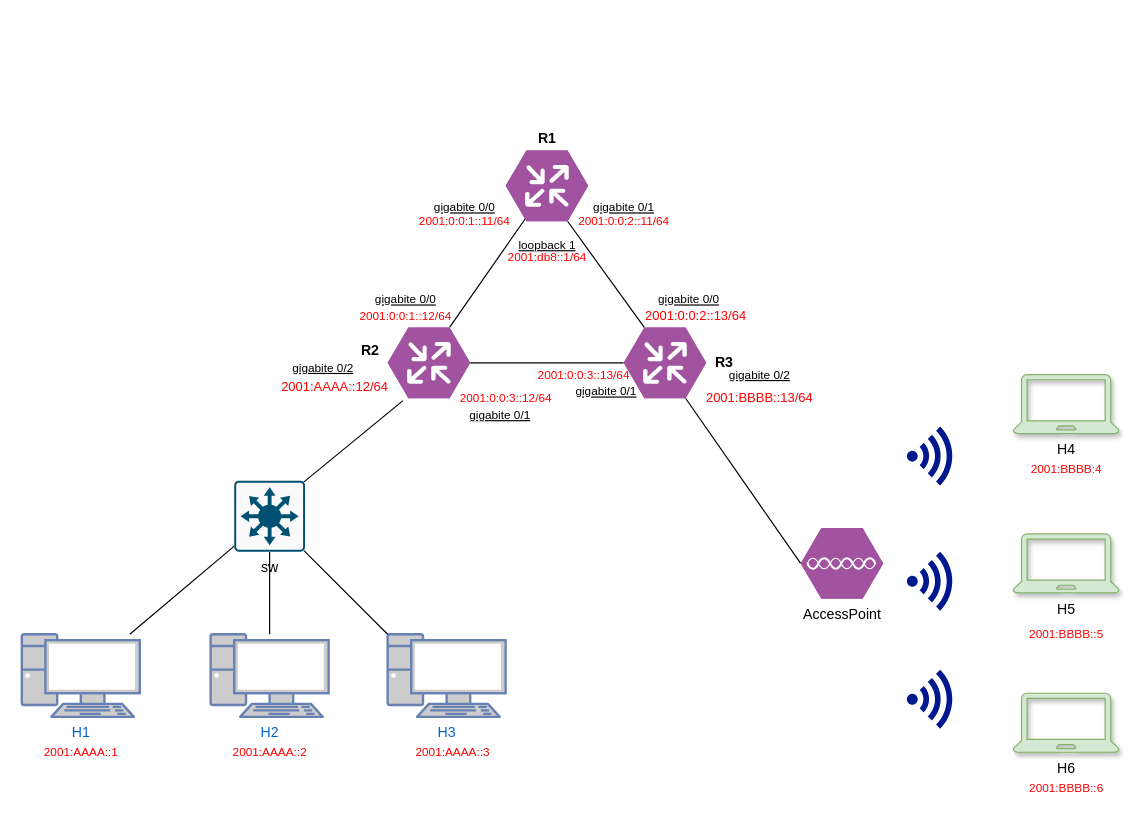
The draw.io diagram TP2/Redes-TP2-Parte2.drawio in NehemiasMercau/RedesDeComputadoras, before the edit. Source tidied: cells renumbered, new cells numbered last; positions are measured from the earlier drawing's top-left corner, leaving out a move shared by most shapes. Both pictures are drawn from the tidied source at 118%, with x=0, y=0 at pixel (21, 126).
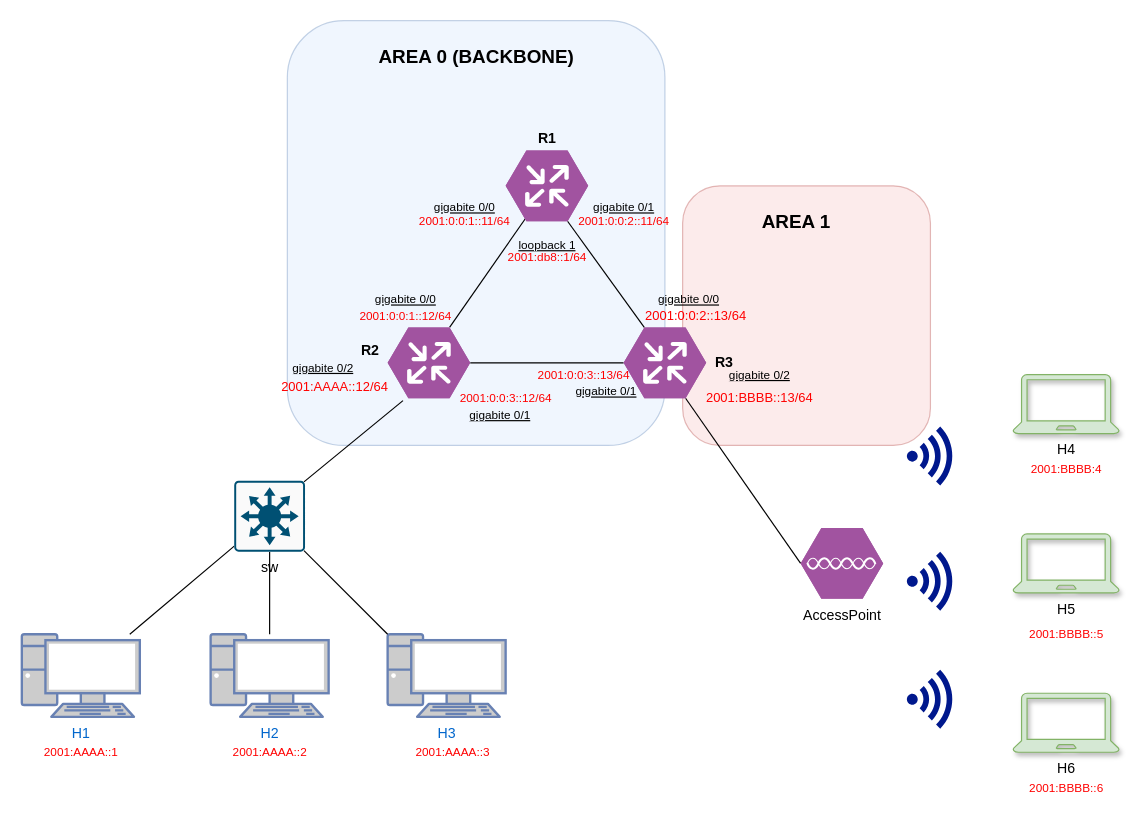
Above is the later version.

The edit, as a diff of the source:
```diff
@@
+    <mxCell id="51" style="rounded=1;whiteSpace=wrap;html=1;opacity=40;fillColor=#f8cecc;strokeColor=#b85450;" parent="1" vertex="1">
+      <mxGeometry x="560" y="50" width="210" height="220" as="geometry" />
+    </mxCell>
+    <mxCell id="52" style="rounded=1;whiteSpace=wrap;html=1;fillColor=#dae8fc;strokeColor=#6c8ebf;opacity=40;" parent="1" vertex="1">
+      <mxGeometry x="225" y="-90" width="320" height="360" as="geometry" />
+    </mxCell>
@@
+    <mxCell id="53" value="AREA 0 (BACKBONE)" style="text;html=1;align=center;verticalAlign=middle;strokeColor=none;fontStyle=1;fontSize=16;" parent="1" vertex="1">
+      <mxGeometry x="295" y="-70" width="180" height="20" as="geometry" />
+    </mxCell>
+    <mxCell id="54" value="AREA 1" style="text;html=1;align=center;verticalAlign=middle;strokeColor=none;fontStyle=1;fontSize=16;" parent="1" vertex="1">
+      <mxGeometry x="621" y="70" width="70" height="20" as="geometry" />
+    </mxCell>
```
